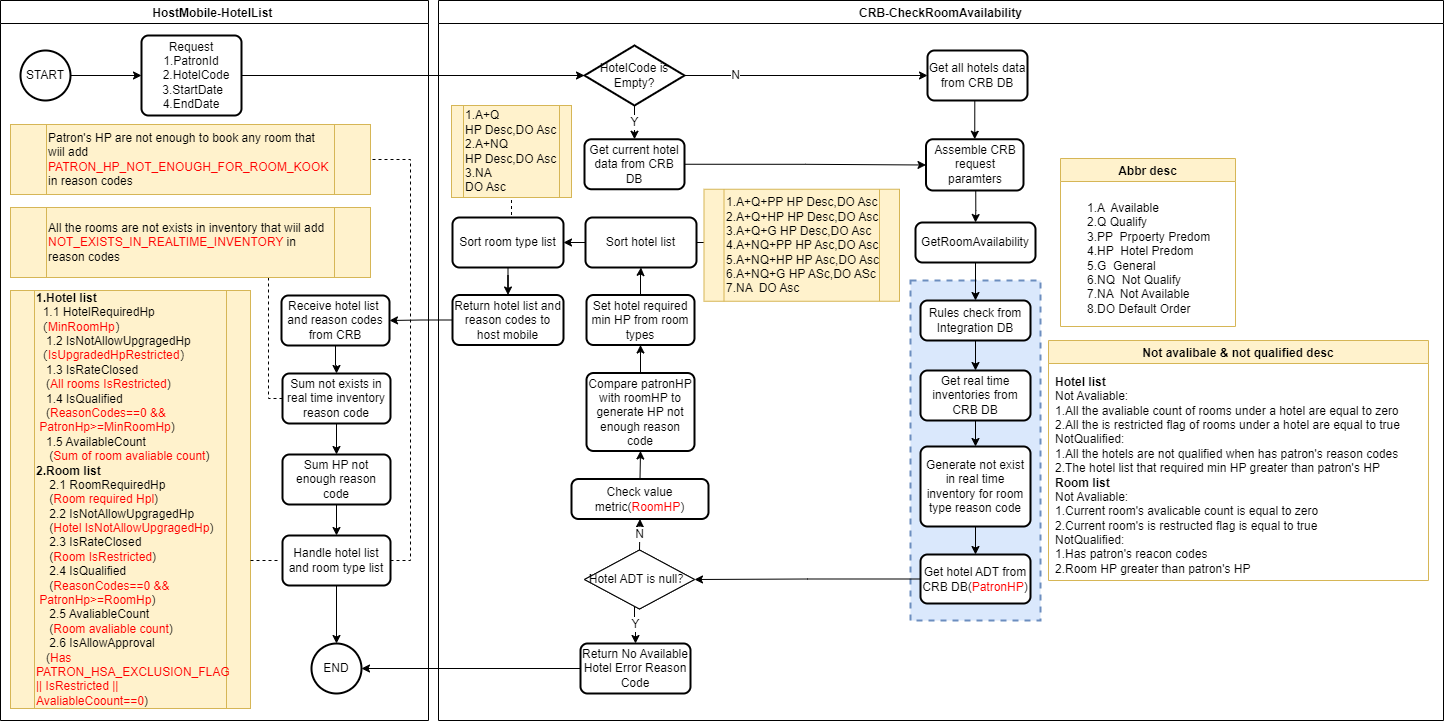
Above: HotelList Flow Chart.png in xiaobao0706/drawio (draw.io), before the change. Source tidied: cells renumbered, new cells last; positions are measured from the earlier drawing's top-left corner, leaving out a move shared by most shapes.
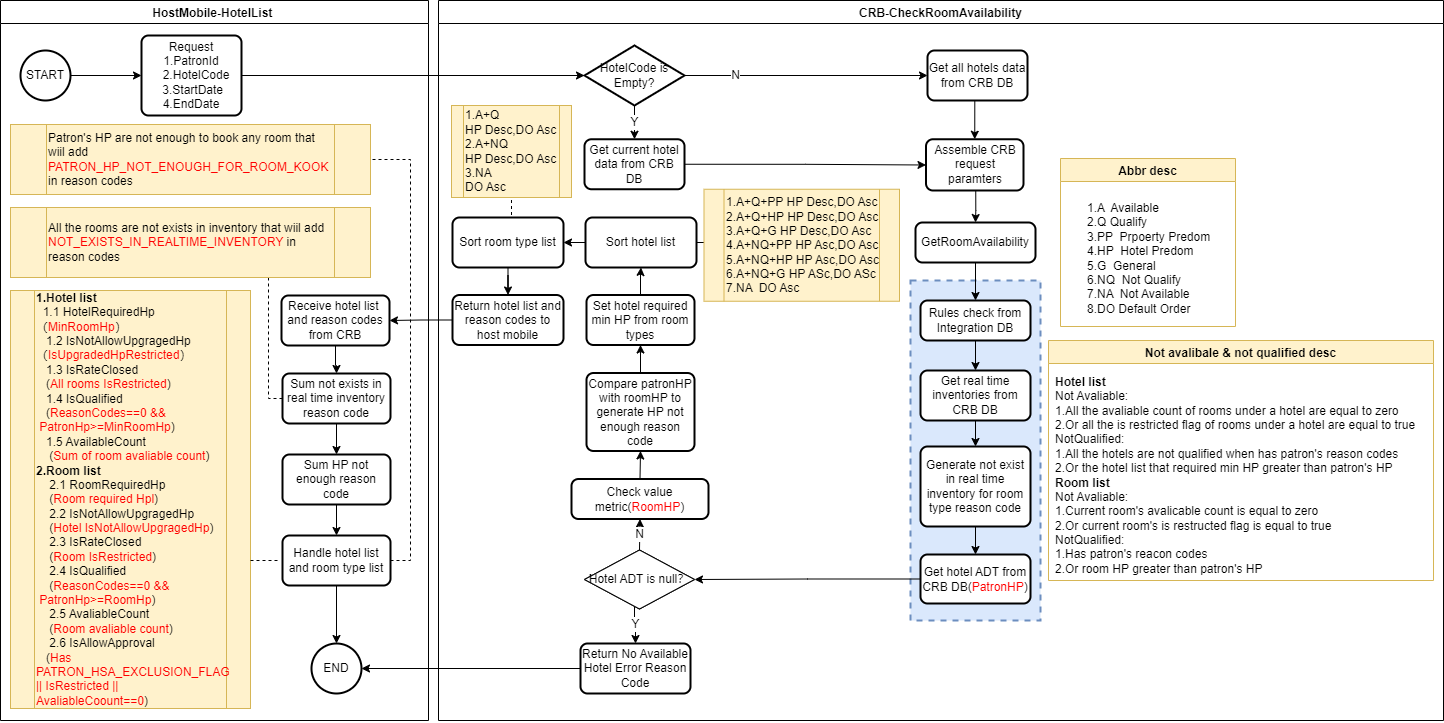
The same diagram one commit later.

Diff of the diagram source:
```diff
@@ -214,10 +214,10 @@
       <mxGeometry x="13" y="105" width="120" height="92" as="geometry" />
     </mxCell>
     <mxCell id="65" value="Not avalibale &amp; not qualified desc" style="swimlane;strokeWidth=1;fillColor=#fff2cc;strokeColor=#d6b656;" parent="21" vertex="1">
-      <mxGeometry x="610" y="340" width="380" height="240" as="geometry" />
+      <mxGeometry x="610" y="340" width="385" height="240" as="geometry" />
     </mxCell>
-    <mxCell id="66" value="&lt;b&gt;Hotel list&lt;br&gt;&lt;/b&gt;Not Avaliable:&lt;br&gt;1.All the avaliable count of rooms under a hotel are equal to zero&lt;br&gt;2.All the is restricted flag of rooms under a hotel are equal to true&lt;br&gt;NotQualified:&lt;br&gt;1.All the hotels are not qualified when has patron's reason codes&lt;br&gt;2.The hotel list that required min HP greater than patron's HP&lt;br&gt;&lt;b&gt;Room list&lt;/b&gt;&lt;br&gt;Not Avaliable:&lt;br&gt;1.Current room's avalicable count is equal to zero&lt;br&gt;2.Current room's is restructed flag is equal to true&lt;br&gt;NotQualified:&lt;br&gt;1.Has patron's reacon codes&lt;br&gt;2.Room HP greater than patron's HP" style="text;html=1;align=left;verticalAlign=middle;strokeColor=none;fillColor=none;fontColor=#000000;" parent="65" vertex="1">
-      <mxGeometry x="5" y="30" width="370" height="210" as="geometry" />
+    <mxCell id="66" value="&lt;b&gt;Hotel list&lt;br&gt;&lt;/b&gt;Not Avaliable:&lt;br&gt;1.All the avaliable count of rooms under a hotel are equal to zero&lt;br&gt;2.Or all the is restricted flag of rooms under a hotel are equal to true&lt;br&gt;NotQualified:&lt;br&gt;1.All the hotels are not qualified when has patron's reason codes&lt;br&gt;2.Or the hotel list that required min HP greater than patron's HP&lt;br&gt;&lt;b&gt;Room list&lt;/b&gt;&lt;br&gt;Not Avaliable:&lt;br&gt;1.Current room's avalicable count is equal to zero&lt;br&gt;2.Or current room's is restructed flag is equal to true&lt;br&gt;NotQualified:&lt;br&gt;1.Has patron's reacon codes&lt;br&gt;2.Or room HP greater than patron's HP" style="text;html=1;align=left;verticalAlign=middle;strokeColor=none;fillColor=none;fontColor=#000000;" parent="65" vertex="1">
+      <mxGeometry x="5" y="30" width="380" height="210" as="geometry" />
     </mxCell>
     <mxCell id="67" style="edgeStyle=orthogonalEdgeStyle;rounded=0;jettySize=auto;html=1;exitX=1;exitY=0.5;exitDx=0;exitDy=0;entryX=0;entryY=0.5;entryDx=0;entryDy=0;entryPerimeter=0;" parent="1" edge="1" source="5" target="25">
       <mxGeometry relative="1" as="geometry" />
```
